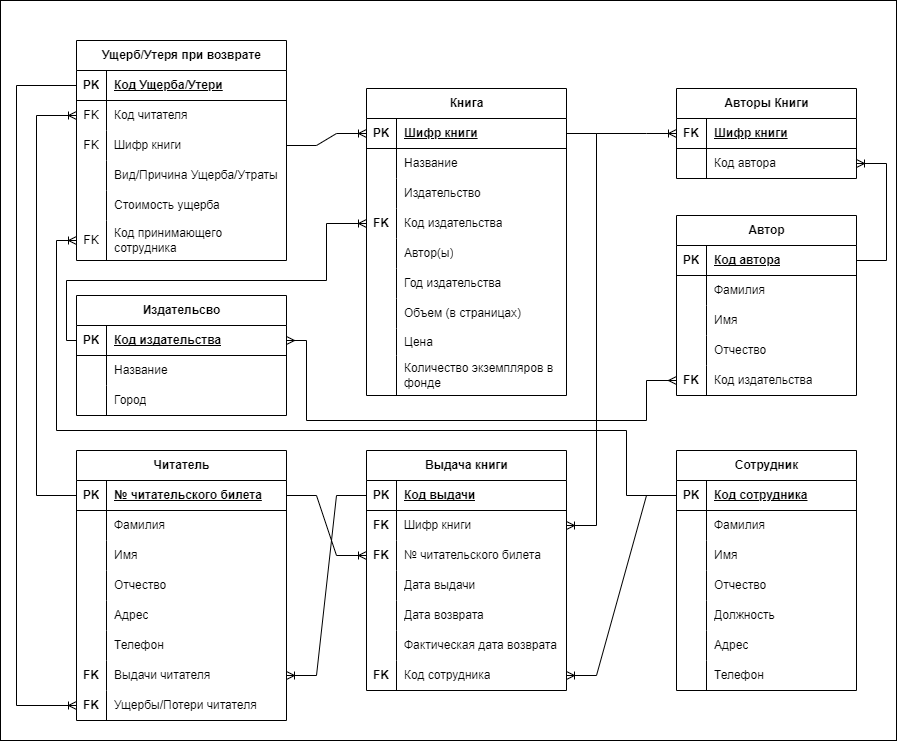
Earlier version of the draw.io export Logic_Struct/Library_Logic_Struct.png (lapisgame/Library_DataBase_1T). Source tidied: cells renumbered, new cells last; positions are measured from the earlier drawing's top-left corner, leaving out a move shared by most shapes.
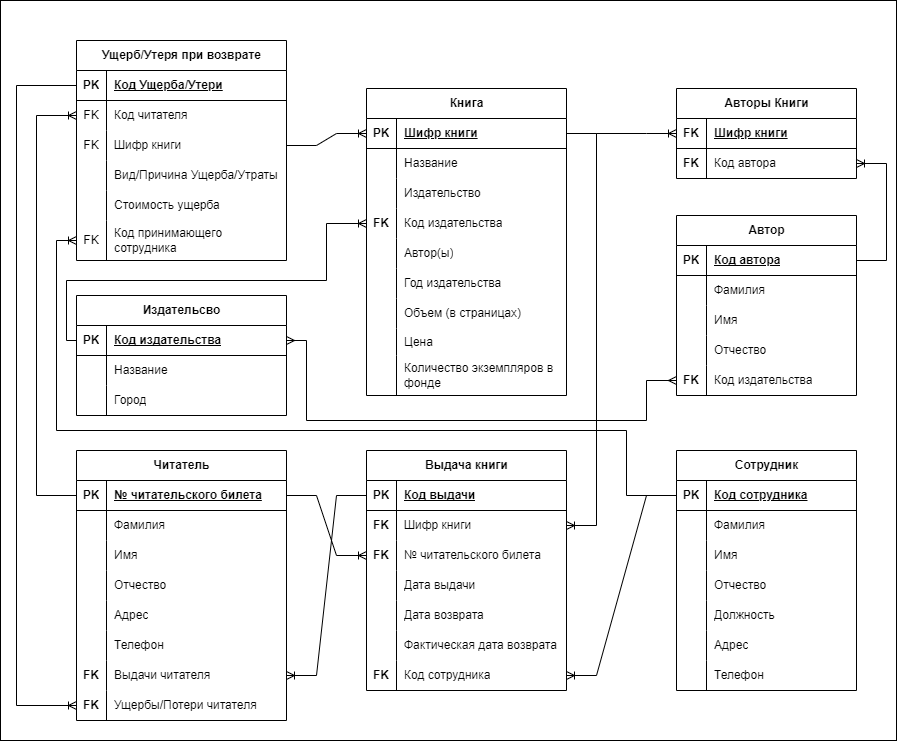
Above is the later version.

Commit message:
Logic and Physical struct

Change to the diagram source:
```diff
@@ -505,7 +505,7 @@
     <mxCell id="159" style="shape=tableRow;horizontal=0;startSize=0;swimlaneHead=0;swimlaneBody=0;fillColor=none;points=[[0,0.5],[1,0.5]];portConstraint=eastwest;top=0;left=0;right=0;bottom=0;" parent="155" vertex="1">
       <mxGeometry y="60" width="180" height="30" as="geometry" />
     </mxCell>
-    <mxCell id="160" style="shape=partialRectangle;fillColor=none;top=0;left=0;bottom=0;right=0;overflow=hidden;whiteSpace=wrap;html=1;" parent="159" vertex="1">
+    <mxCell id="160" value="FK" style="shape=partialRectangle;fillColor=none;top=0;left=0;bottom=0;right=0;overflow=hidden;whiteSpace=wrap;html=1;fontStyle=1;" parent="159" vertex="1">
       <mxGeometry width="30" height="30" as="geometry" />
     </mxCell>
     <mxCell id="161" value="Код автора" style="shape=partialRectangle;fillColor=none;top=0;left=0;bottom=0;right=0;align=left;spacingLeft=6;overflow=hidden;whiteSpace=wrap;html=1;" parent="159" vertex="1">
```
